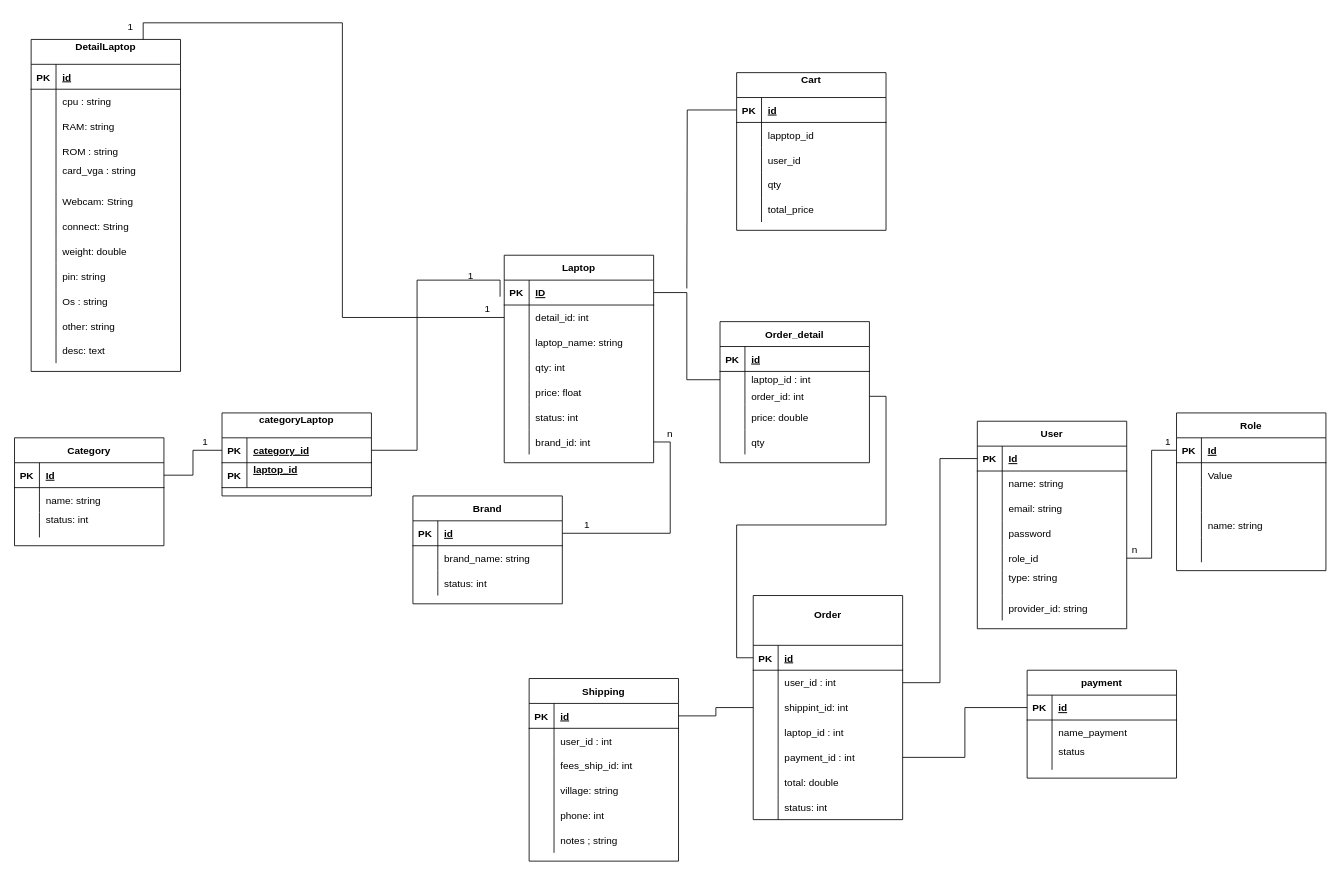
This is diagram_database.drawio from Hanh2k3/api-shopLaptop, a draw.io file, before an edit. Source tidied: cells renumbered, new cells numbered last; positions are measured from the earlier drawing's top-left corner, leaving out a move shared by most shapes. Both pictures are drawn from the tidied source at 83%, with x=0, y=0 at pixel (14, 14).
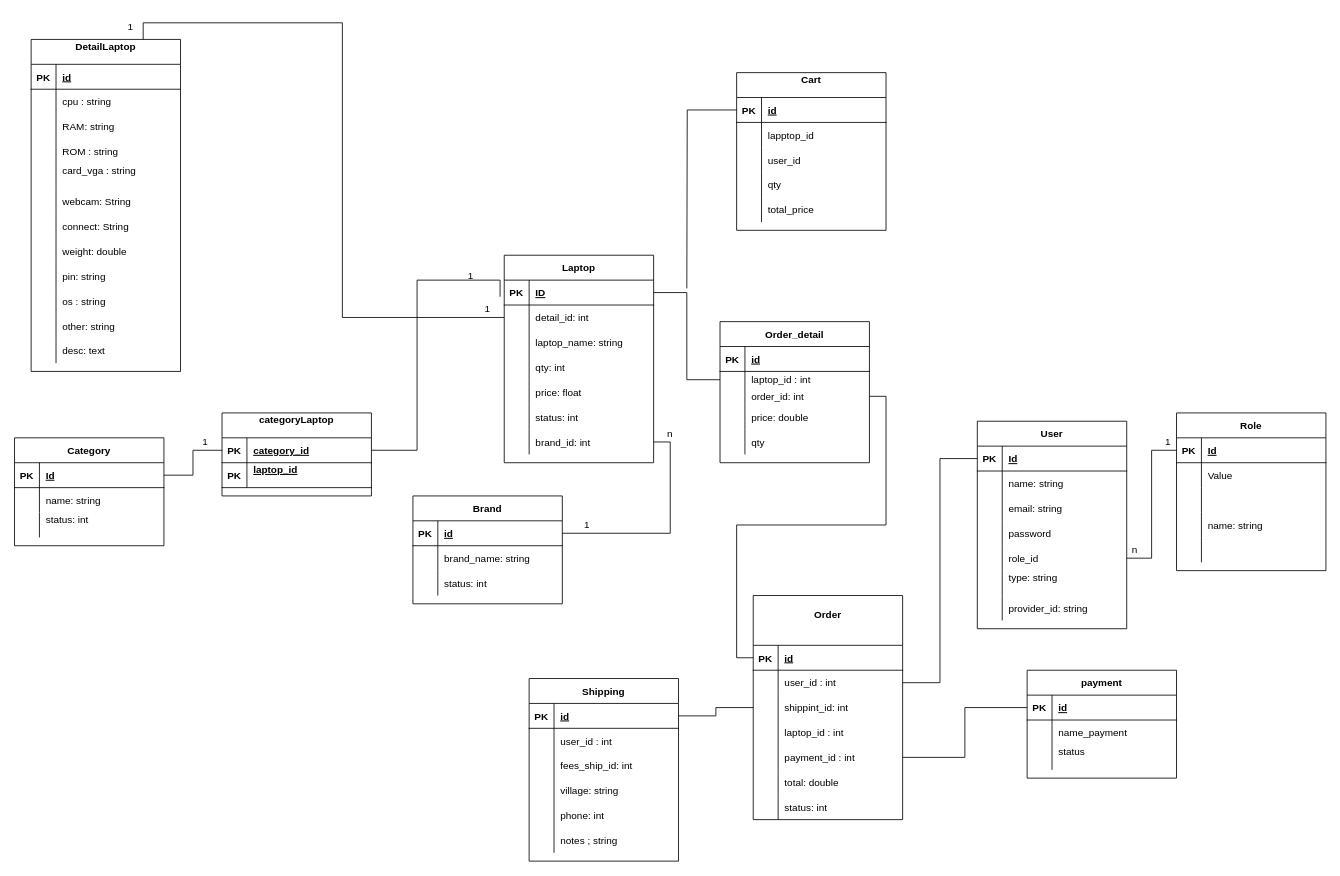
The same diagram, later.

The change refers to these unchanged cells:
```xml
<mxCell id="114" style="shape=partialRectangle;fillColor=none;top=0;left=0;bottom=0;right=0;" parent="98" vertex="1">
  <mxGeometry y="180" width="180" height="30" as="geometry" />
</mxCell>
<mxCell id="126" style="shape=partialRectangle;fillColor=none;top=0;left=0;bottom=0;right=0;" parent="98" vertex="1">
  <mxGeometry y="300" width="180" height="30" as="geometry" />
</mxCell>
```

The edit, as a diff of the source:
```diff
@@
-    <mxCell id="116" value="Webcam: String " style="shape=partialRectangle;fillColor=none;top=0;left=0;bottom=0;right=0;align=left;spacingLeft=6;overflow=hidden;" parent="114" vertex="1">
+    <mxCell id="116" value="webcam: String " style="shape=partialRectangle;fillColor=none;top=0;left=0;bottom=0;right=0;align=left;spacingLeft=6;overflow=hidden;" parent="114" vertex="1">
       <mxGeometry x="30" width="150" height="30" as="geometry" />
     </mxCell>
@@
-    <mxCell id="128" value="Os : string " style="shape=partialRectangle;fillColor=none;top=0;left=0;bottom=0;right=0;align=left;spacingLeft=6;overflow=hidden;" parent="126" vertex="1">
+    <mxCell id="128" value="os : string " style="shape=partialRectangle;fillColor=none;top=0;left=0;bottom=0;right=0;align=left;spacingLeft=6;overflow=hidden;" parent="126" vertex="1">
       <mxGeometry x="30" width="150" height="30" as="geometry" />
     </mxCell>
```
